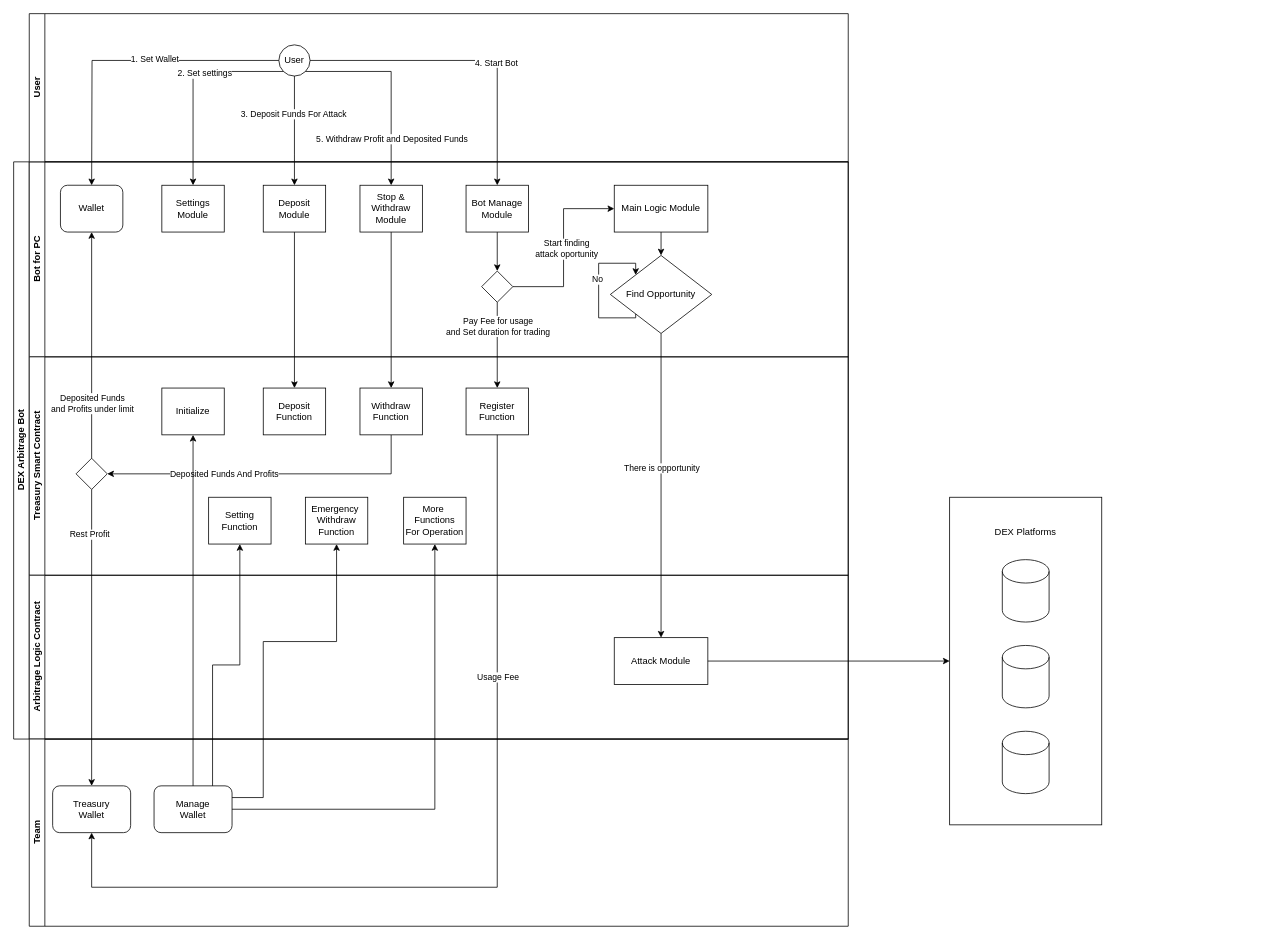
The draw.io diagram Untitled Diagram.drawio in 0xlaunchpad/test-ui, before the edit. Source tidied: cells renumbered, new cells numbered last; positions are measured from the earlier drawing's top-left corner, leaving out a move shared by most shapes. Both pictures are drawn from the tidied source at 78%, with x=0, y=0 at pixel (13, 13).
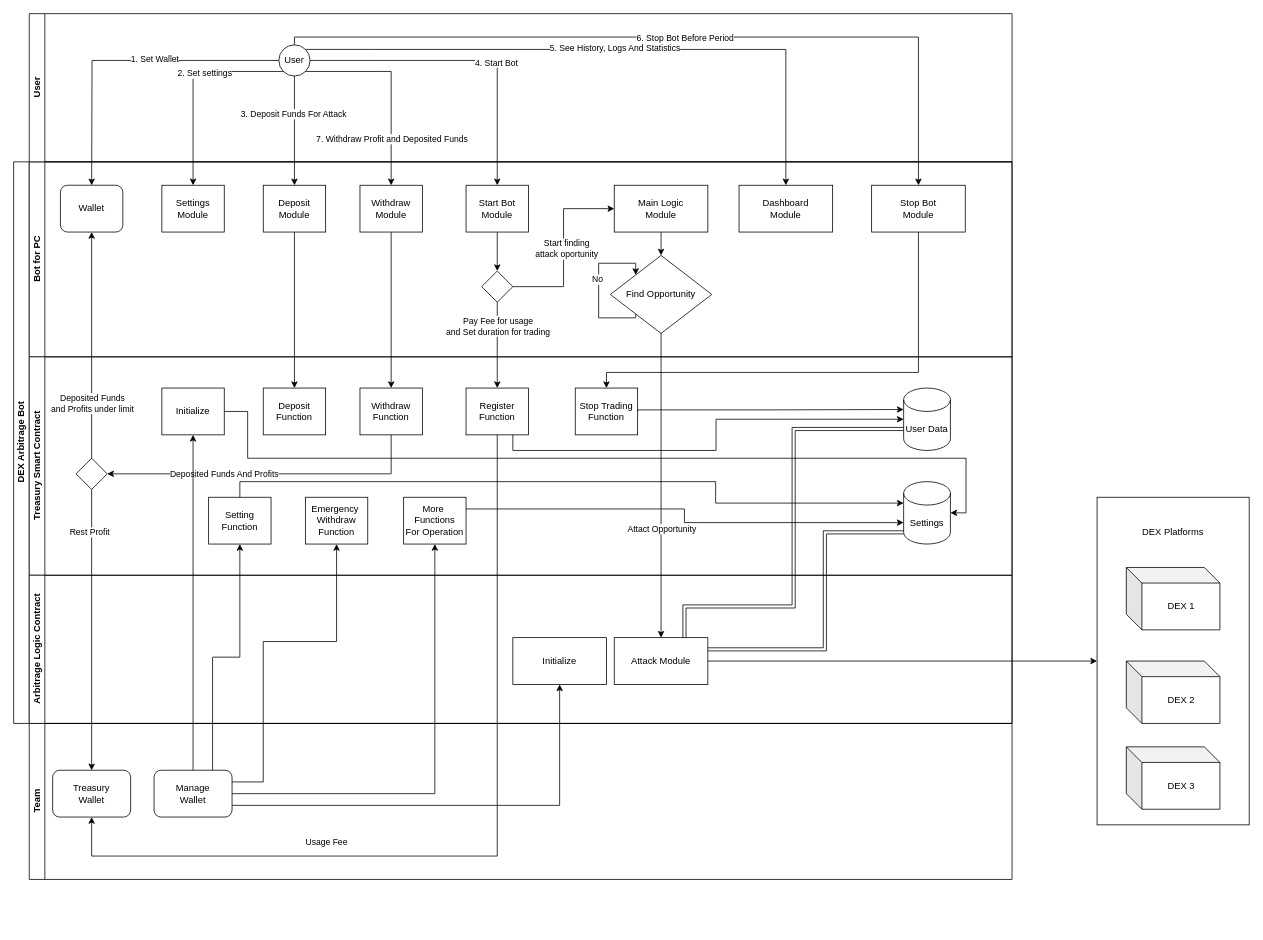
After the change.

The change refers to these unchanged cells:
```xml
<mxCell id="27" value="Register&lt;br&gt;Function" style="rounded=0;whiteSpace=wrap;html=1;fontFamily=Helvetica;fontSize=12;fontColor=#000000;align=center;" parent="22" vertex="1">
  <mxGeometry x="560" y="40" width="80" height="60" as="geometry" />
</mxCell>
<mxCell id="29" value="Initialize" style="rounded=0;whiteSpace=wrap;html=1;fontFamily=Helvetica;fontSize=12;fontColor=#000000;align=center;" parent="22" vertex="1">
  <mxGeometry x="170" y="40" width="80" height="60" as="geometry" />
</mxCell>
<mxCell id="30" value="Setting&lt;br&gt;Function" style="rounded=0;whiteSpace=wrap;html=1;fontFamily=Helvetica;fontSize=12;fontColor=#000000;align=center;" parent="22" vertex="1">
  <mxGeometry x="230" y="180" width="80" height="60" as="geometry" />
</mxCell>
<mxCell id="31" value="Emergency&amp;nbsp;&lt;br&gt;Withdraw&lt;br&gt;Function" style="rounded=0;whiteSpace=wrap;html=1;fontFamily=Helvetica;fontSize=12;fontColor=#000000;align=center;" parent="22" vertex="1">
  <mxGeometry x="354" y="180" width="80" height="60" as="geometry" />
</mxCell>
<mxCell id="32" value="More&amp;nbsp; Functions&lt;br&gt;For Operation" style="rounded=0;whiteSpace=wrap;html=1;fontFamily=Helvetica;fontSize=12;fontColor=#000000;align=center;" parent="22" vertex="1">
  <mxGeometry x="480" y="180" width="80" height="60" as="geometry" />
</mxCell>
<mxCell id="34" value="Attack Module" style="rounded=0;whiteSpace=wrap;html=1;" parent="33" vertex="1">
  <mxGeometry x="750" y="80" width="120" height="60" as="geometry" />
</mxCell>
<mxCell id="37" style="edgeStyle=orthogonalEdgeStyle;rounded=0;jettySize=auto;html=1;exitX=0.5;exitY=1;exitDx=0;exitDy=0;" parent="2" edge="1" source="19" target="34">
  <mxGeometry relative="1" as="geometry" />
</mxCell>
<mxCell id="40" value="User" style="ellipse;whiteSpace=wrap;html=1;" parent="39" vertex="1">
  <mxGeometry x="320" y="40" width="40" height="40" as="geometry" />
</mxCell>
<mxCell id="45" style="edgeStyle=orthogonalEdgeStyle;rounded=0;jettySize=auto;html=1;exitX=1;exitY=1;exitDx=0;exitDy=0;entryX=0.5;entryY=0;entryDx=0;entryDy=0;" parent="1" edge="1" source="40" target="12">
  <mxGeometry relative="1" as="geometry">
    <Array as="points">
      <mxPoint x="484" y="74" />
    </Array>
  </mxGeometry>
</mxCell>
<mxCell id="52" value="Treasury &lt;br&gt;Wallet" style="rounded=1;whiteSpace=wrap;html=1;" parent="51" vertex="1">
  <mxGeometry x="30" y="60" width="100" height="60" as="geometry" />
</mxCell>
<mxCell id="53" value="Manage &lt;br&gt;Wallet" style="rounded=1;whiteSpace=wrap;html=1;" parent="51" vertex="1">
  <mxGeometry x="160" y="60" width="100" height="60" as="geometry" />
</mxCell>
```

Diff of the diagram source:
```diff
@@
     <mxCell id="2" value="DEX Arbitrage Bot" style="swimlane;html=1;horizontal=0;startSize=20;" parent="1" vertex="1">
-      <mxGeometry y="190" width="1070" height="740" as="geometry" />
+      <mxGeometry y="190" width="1280" height="720" as="geometry" />
     </mxCell>
@@
     <mxCell id="7" value="Bot for PC" style="swimlane;html=1;startSize=20;horizontal=0;" parent="2" vertex="1">
-      <mxGeometry x="20" width="1050" height="250" as="geometry" />
+      <mxGeometry x="20" width="1260" height="250" as="geometry" />
     </mxCell>
@@
-    <mxCell id="10" value="Bot Manage&lt;br&gt;Module" style="rounded=0;whiteSpace=wrap;html=1;fontFamily=Helvetica;fontSize=12;fontColor=#000000;align=center;" parent="7" vertex="1">
+    <mxCell id="10" value="Start Bot&lt;br&gt;Module" style="rounded=0;whiteSpace=wrap;html=1;fontFamily=Helvetica;fontSize=12;fontColor=#000000;align=center;" parent="7" vertex="1">
       <mxGeometry x="560" y="30" width="80" height="60" as="geometry" />
     </mxCell>
@@
-    <mxCell id="12" value="Stop &amp;amp; Withdraw&lt;br&gt;Module" style="rounded=0;whiteSpace=wrap;html=1;fontFamily=Helvetica;fontSize=12;fontColor=#000000;align=center;" parent="7" vertex="1">
+    <mxCell id="12" value="Withdraw&lt;br&gt;Module" style="rounded=0;whiteSpace=wrap;html=1;fontFamily=Helvetica;fontSize=12;fontColor=#000000;align=center;" parent="7" vertex="1">
       <mxGeometry x="424" y="30" width="80" height="60" as="geometry" />
     </mxCell>
@@
-    <mxCell id="15" value="Main Logic Module" style="rounded=0;whiteSpace=wrap;html=1;" parent="7" vertex="1">
+    <mxCell id="15" value="Main Logic &lt;br&gt;Module" style="rounded=0;whiteSpace=wrap;html=1;" parent="7" vertex="1">
       <mxGeometry x="750" y="30" width="120" height="60" as="geometry" />
     </mxCell>
@@
+    <mxCell id="68" value="Dashboard&lt;br&gt;Module" style="rounded=0;whiteSpace=wrap;html=1;" parent="7" vertex="1">
+      <mxGeometry x="910" y="30" width="120" height="60" as="geometry" />
+    </mxCell>
+    <mxCell id="69" value="Stop Bot &lt;br&gt;Module" style="rounded=0;whiteSpace=wrap;html=1;" parent="7" vertex="1">
+      <mxGeometry x="1080" y="30" width="120" height="60" as="geometry" />
+    </mxCell>
     <mxCell id="22" value="Treasury Smart Contract" style="swimlane;html=1;startSize=20;horizontal=0;" parent="2" vertex="1">
-      <mxGeometry x="20" y="250" width="1050" height="280" as="geometry" />
+      <mxGeometry x="20" y="250" width="1260" height="280" as="geometry" />
     </mxCell>
@@
+    <mxCell id="70" style="edgeStyle=orthogonalEdgeStyle;rounded=0;jettySize=auto;html=1;exitX=0.5;exitY=0;exitDx=0;exitDy=0;entryX=0;entryY=0;entryDx=0;entryDy=27.5;entryPerimeter=0;" parent="22" edge="1" source="30" target="73">
+      <mxGeometry relative="1" as="geometry">
+        <Array as="points">
+          <mxPoint x="270" y="160" />
+          <mxPoint x="880" y="160" />
+          <mxPoint x="880" y="188" />
+        </Array>
+      </mxGeometry>
+    </mxCell>
@@
+    <mxCell id="71" value="Stop Trading Function" style="rounded=0;whiteSpace=wrap;html=1;fontFamily=Helvetica;fontSize=12;fontColor=#000000;align=center;" parent="22" vertex="1">
+      <mxGeometry x="700" y="40" width="80" height="60" as="geometry" />
+    </mxCell>
+    <mxCell id="72" value="User Data&lt;br&gt;" style="shape=cylinder3;whiteSpace=wrap;html=1;boundedLbl=1;backgroundOutline=1;size=15;" parent="22" vertex="1">
+      <mxGeometry x="1121" y="40" width="60" height="80" as="geometry" />
+    </mxCell>
+    <mxCell id="73" value="Settings" style="shape=cylinder3;whiteSpace=wrap;html=1;boundedLbl=1;backgroundOutline=1;size=15;" parent="22" vertex="1">
+      <mxGeometry x="1121" y="160" width="60" height="80" as="geometry" />
+    </mxCell>
+    <mxCell id="74" style="edgeStyle=orthogonalEdgeStyle;rounded=0;jettySize=auto;html=1;exitX=0.75;exitY=1;exitDx=0;exitDy=0;entryX=0;entryY=0.5;entryDx=0;entryDy=0;entryPerimeter=0;" parent="22" edge="1" source="27" target="72">
+      <mxGeometry relative="1" as="geometry" />
+    </mxCell>
+    <mxCell id="75" style="edgeStyle=orthogonalEdgeStyle;rounded=0;jettySize=auto;html=1;exitX=1;exitY=0.5;exitDx=0;exitDy=0;entryX=0;entryY=0;entryDx=0;entryDy=27.5;entryPerimeter=0;" parent="22" edge="1" source="71" target="72">
+      <mxGeometry relative="1" as="geometry">
+        <Array as="points">
+          <mxPoint x="780" y="68" />
+          <mxPoint x="951" y="68" />
+        </Array>
+      </mxGeometry>
+    </mxCell>
+    <mxCell id="76" style="edgeStyle=orthogonalEdgeStyle;rounded=0;jettySize=auto;html=1;exitX=1;exitY=0.5;exitDx=0;exitDy=0;entryX=1;entryY=0.5;entryDx=0;entryDy=0;entryPerimeter=0;" parent="22" edge="1" source="29" target="73">
+      <mxGeometry relative="1" as="geometry">
+        <Array as="points">
+          <mxPoint x="280" y="70" />
+          <mxPoint x="280" y="130" />
+          <mxPoint x="1201" y="130" />
+          <mxPoint x="1201" y="200" />
+        </Array>
+      </mxGeometry>
+    </mxCell>
+    <mxCell id="77" style="edgeStyle=orthogonalEdgeStyle;rounded=0;jettySize=auto;html=1;exitX=1;exitY=0.25;exitDx=0;exitDy=0;entryX=0;entryY=0;entryDx=0;entryDy=52.5;entryPerimeter=0;" parent="22" edge="1" source="32" target="73">
+      <mxGeometry relative="1" as="geometry">
+        <Array as="points">
+          <mxPoint x="840" y="195" />
+          <mxPoint x="840" y="213" />
+        </Array>
+      </mxGeometry>
+    </mxCell>
     <mxCell id="33" value="Arbitrage Logic Contract" style="swimlane;html=1;startSize=20;horizontal=0;" parent="2" vertex="1">
-      <mxGeometry x="20" y="530" width="1050" height="210" as="geometry" />
+      <mxGeometry x="20" y="530" width="1260" height="190" as="geometry" />
     </mxCell>
@@
+    <mxCell id="78" value="Initialize" style="rounded=0;whiteSpace=wrap;html=1;fontFamily=Helvetica;fontSize=12;fontColor=#000000;align=center;" parent="33" vertex="1">
+      <mxGeometry x="620" y="80" width="120" height="60" as="geometry" />
+    </mxCell>
@@
-    <mxCell id="38" value="There is opportunity" style="edgeLabel;html=1;align=center;verticalAlign=middle;" parent="37" vertex="1">
-      <mxGeometry x="-0.12" relative="1" as="geometry" />
+    <mxCell id="38" value="Attact Opportunity" style="edgeLabel;html=1;align=center;verticalAlign=middle;" parent="37" vertex="1">
+      <mxGeometry x="-0.12" relative="1" as="geometry">
+        <mxPoint y="78" as="offset" />
+      </mxGeometry>
     </mxCell>
+    <mxCell id="79" style="edgeStyle=orthogonalEdgeStyle;rounded=0;jettySize=auto;html=1;entryX=0.5;entryY=0;entryDx=0;entryDy=0;" parent="2" edge="1" source="69" target="71">
+      <mxGeometry relative="1" as="geometry">
+        <Array as="points">
+          <mxPoint x="1160" y="270" />
+          <mxPoint x="760" y="270" />
+        </Array>
+      </mxGeometry>
+    </mxCell>
+    <mxCell id="80" style="edgeStyle=orthogonalEdgeStyle;rounded=0;jettySize=auto;html=1;exitX=0.75;exitY=0;exitDx=0;exitDy=0;entryX=0;entryY=0;entryDx=0;entryDy=52.5;entryPerimeter=0;shape=link;" parent="2" edge="1" source="34" target="72">
+      <mxGeometry relative="1" as="geometry">
+        <Array as="points">
+          <mxPoint x="860" y="570" />
+          <mxPoint x="1000" y="570" />
+          <mxPoint x="1000" y="343" />
+        </Array>
+      </mxGeometry>
+    </mxCell>
+    <mxCell id="81" style="edgeStyle=orthogonalEdgeStyle;rounded=0;jettySize=auto;html=1;exitX=1;exitY=0.25;exitDx=0;exitDy=0;entryX=0;entryY=1;entryDx=0;entryDy=-15;entryPerimeter=0;shape=link;" parent="2" edge="1" source="34" target="73">
+      <mxGeometry relative="1" as="geometry">
+        <Array as="points">
+          <mxPoint x="1040" y="625" />
+          <mxPoint x="1040" y="475" />
+        </Array>
+      </mxGeometry>
+    </mxCell>
     <mxCell id="39" value="User" style="swimlane;html=1;startSize=20;horizontal=0;" parent="1" vertex="1">
-      <mxGeometry x="20" width="1050" height="190" as="geometry" />
+      <mxGeometry x="20" width="1260" height="190" as="geometry" />
     </mxCell>
@@
-    <mxCell id="46" value="5. Withdraw Profit and Deposited Funds" style="edgeLabel;html=1;align=center;verticalAlign=middle;" parent="45" vertex="1">
+    <mxCell id="46" value="7. Withdraw Profit and Deposited Funds" style="edgeLabel;html=1;align=center;verticalAlign=middle;" parent="45" vertex="1">
       <mxGeometry x="0.36" relative="1" as="geometry">
         <mxPoint y="22" as="offset" />
       </mxGeometry>
     </mxCell>
@@
+    <mxCell id="58" style="edgeStyle=orthogonalEdgeStyle;rounded=0;jettySize=auto;html=1;exitX=1;exitY=0.5;exitDx=0;exitDy=0;entryX=0;entryY=0.5;entryDx=0;entryDy=0;" parent="1" edge="1" source="34" target="60">
+      <mxGeometry relative="1" as="geometry" />
+    </mxCell>
+    <mxCell id="82" style="edgeStyle=orthogonalEdgeStyle;rounded=0;jettySize=auto;html=1;exitX=1;exitY=0;exitDx=0;exitDy=0;entryX=0.5;entryY=0;entryDx=0;entryDy=0;" parent="1" edge="1" source="40" target="68">
+      <mxGeometry relative="1" as="geometry" />
+    </mxCell>
+    <mxCell id="83" value="5. See History, Logs And Statistics" style="edgeLabel;html=1;align=center;verticalAlign=middle;" parent="82" vertex="1">
+      <mxGeometry y="1" relative="1" as="geometry">
+        <mxPoint x="1" as="offset" />
+      </mxGeometry>
+    </mxCell>
+    <mxCell id="84" style="edgeStyle=orthogonalEdgeStyle;rounded=0;jettySize=auto;html=1;exitX=0.5;exitY=0;exitDx=0;exitDy=0;entryX=0.5;entryY=0;entryDx=0;entryDy=0;" parent="1" edge="1" source="40" target="69">
+      <mxGeometry relative="1" as="geometry">
+        <Array as="points">
+          <mxPoint x="360" y="30" />
+          <mxPoint x="1160" y="30" />
+        </Array>
+      </mxGeometry>
+    </mxCell>
+    <mxCell id="85" value="6. Stop Bot Before Period" style="edgeLabel;html=1;align=center;verticalAlign=middle;" parent="84" vertex="1">
+      <mxGeometry x="0.02" relative="1" as="geometry" />
+    </mxCell>
+    <mxCell id="86" style="group;" parent="1" vertex="1">
+      <mxGeometry x="1389" y="620" width="195" height="420" as="geometry" />
+    </mxCell>
+    <mxCell id="60" value="DEX Platforms&lt;br&gt;&lt;br&gt;&lt;br&gt;&lt;br&gt;&lt;br&gt;&lt;br&gt;&lt;br&gt;&lt;br&gt;&lt;br&gt;&lt;br&gt;&lt;br&gt;&lt;br&gt;&lt;br&gt;&lt;br&gt;&lt;br&gt;&lt;br&gt;&lt;br&gt;&lt;br&gt;&lt;br&gt;&lt;br&gt;&lt;br&gt;&lt;br&gt;&lt;br&gt;&lt;br&gt;" style="rounded=0;whiteSpace=wrap;html=1;" parent="86" vertex="1">
+      <mxGeometry width="195" height="420" as="geometry" />
+    </mxCell>
+    <mxCell id="87" value="DEX 1" style="shape=cube;whiteSpace=wrap;html=1;boundedLbl=1;backgroundOutline=1;darkOpacity=0.05;darkOpacity2=0.1;" parent="86" vertex="1">
+      <mxGeometry x="37.5" y="90" width="120" height="80" as="geometry" />
+    </mxCell>
+    <mxCell id="88" value="DEX 2" style="shape=cube;whiteSpace=wrap;html=1;boundedLbl=1;backgroundOutline=1;darkOpacity=0.05;darkOpacity2=0.1;" parent="86" vertex="1">
+      <mxGeometry x="37.5" y="210" width="120" height="80" as="geometry" />
+    </mxCell>
+    <mxCell id="89" value="DEX 3" style="shape=cube;whiteSpace=wrap;html=1;boundedLbl=1;backgroundOutline=1;darkOpacity=0.05;darkOpacity2=0.1;" parent="86" vertex="1">
+      <mxGeometry x="37.5" y="320" width="120" height="80" as="geometry" />
+    </mxCell>
     <mxCell id="51" value="Team" style="swimlane;html=1;startSize=20;horizontal=0;" parent="1" vertex="1">
-      <mxGeometry x="20" y="930" width="1050" height="240" as="geometry" />
+      <mxGeometry x="20" y="910" width="1260" height="200" as="geometry" />
     </mxCell>
@@
     <mxCell id="56" style="edgeStyle=orthogonalEdgeStyle;rounded=0;jettySize=auto;html=1;exitX=0.5;exitY=1;exitDx=0;exitDy=0;entryX=0.5;entryY=1;entryDx=0;entryDy=0;" parent="1" edge="1" source="27" target="52">
       <mxGeometry relative="1" as="geometry">
         <Array as="points">
-          <mxPoint x="620" y="1120" />
-          <mxPoint x="100" y="1120" />
+          <mxPoint x="620" y="1080" />
+          <mxPoint x="100" y="1080" />
         </Array>
       </mxGeometry>
     </mxCell>
     <mxCell id="57" value="Usage Fee" style="edgeLabel;html=1;align=center;verticalAlign=middle;" parent="56" vertex="1">
-      <mxGeometry x="-0.47" relative="1" as="geometry" />
+      <mxGeometry x="-0.47" relative="1" as="geometry">
+        <mxPoint x="-220" y="227" as="offset" />
+      </mxGeometry>
     </mxCell>
-    <mxCell id="58" style="edgeStyle=orthogonalEdgeStyle;rounded=0;jettySize=auto;html=1;exitX=1;exitY=0.5;exitDx=0;exitDy=0;entryX=0;entryY=0.5;entryDx=0;entryDy=0;" parent="1" edge="1" source="34" target="60">
-      <mxGeometry relative="1" as="geometry" />
-    </mxCell>
-    <mxCell id="59" style="group;" parent="1" vertex="1">
-      <mxGeometry x="1200" y="620" width="195" height="420" as="geometry" />
-    </mxCell>
-    <mxCell id="60" value="DEX Platforms&lt;br&gt;&lt;br&gt;&lt;br&gt;&lt;br&gt;&lt;br&gt;&lt;br&gt;&lt;br&gt;&lt;br&gt;&lt;br&gt;&lt;br&gt;&lt;br&gt;&lt;br&gt;&lt;br&gt;&lt;br&gt;&lt;br&gt;&lt;br&gt;&lt;br&gt;&lt;br&gt;&lt;br&gt;&lt;br&gt;&lt;br&gt;&lt;br&gt;&lt;br&gt;&lt;br&gt;" style="rounded=0;whiteSpace=wrap;html=1;" parent="59" vertex="1">
-      <mxGeometry width="195" height="420" as="geometry" />
-    </mxCell>
-    <mxCell id="61" style="shape=cylinder3;whiteSpace=wrap;html=1;boundedLbl=1;backgroundOutline=1;size=15;" parent="59" vertex="1">
-      <mxGeometry x="67.5" y="190" width="60" height="80" as="geometry" />
-    </mxCell>
-    <mxCell id="62" style="shape=cylinder3;whiteSpace=wrap;html=1;boundedLbl=1;backgroundOutline=1;size=15;" parent="59" vertex="1">
-      <mxGeometry x="67.5" y="80" width="60" height="80" as="geometry" />
-    </mxCell>
-    <mxCell id="63" style="shape=cylinder3;whiteSpace=wrap;html=1;boundedLbl=1;backgroundOutline=1;size=15;" parent="59" vertex="1">
-      <mxGeometry x="67.5" y="300" width="60" height="80" as="geometry" />
-    </mxCell>
@@
+    <mxCell id="67" style="edgeStyle=orthogonalEdgeStyle;rounded=0;jettySize=auto;html=1;exitX=1;exitY=0.5;exitDx=0;exitDy=0;entryX=0.5;entryY=1;entryDx=0;entryDy=0;" parent="1" edge="1" source="53" target="32">
+      <mxGeometry relative="1" as="geometry" />
+    </mxCell>
     <mxCell id="66" style="edgeStyle=orthogonalEdgeStyle;rounded=0;jettySize=auto;html=1;exitX=1;exitY=0.25;exitDx=0;exitDy=0;entryX=0.5;entryY=1;entryDx=0;entryDy=0;" parent="1" edge="1" source="53" target="31">
       <mxGeometry relative="1" as="geometry">
         <Array as="points">
-          <mxPoint x="320" y="1005" />
+          <mxPoint x="320" y="985" />
           <mxPoint x="320" y="805" />
           <mxPoint x="414" y="805" />
         </Array>
       </mxGeometry>
     </mxCell>
-    <mxCell id="67" style="edgeStyle=orthogonalEdgeStyle;rounded=0;jettySize=auto;html=1;exitX=1;exitY=0.5;exitDx=0;exitDy=0;entryX=0.5;entryY=1;entryDx=0;entryDy=0;" parent="1" edge="1" source="53" target="32">
-      <mxGeometry relative="1" as="geometry" />
-    </mxCell>
+    <mxCell id="90" style="edgeStyle=orthogonalEdgeStyle;rounded=0;jettySize=auto;html=1;exitX=1;exitY=0.75;exitDx=0;exitDy=0;entryX=0.5;entryY=1;entryDx=0;entryDy=0;" parent="1" edge="1" source="53" target="78">
+      <mxGeometry relative="1" as="geometry" />
+    </mxCell>
```
